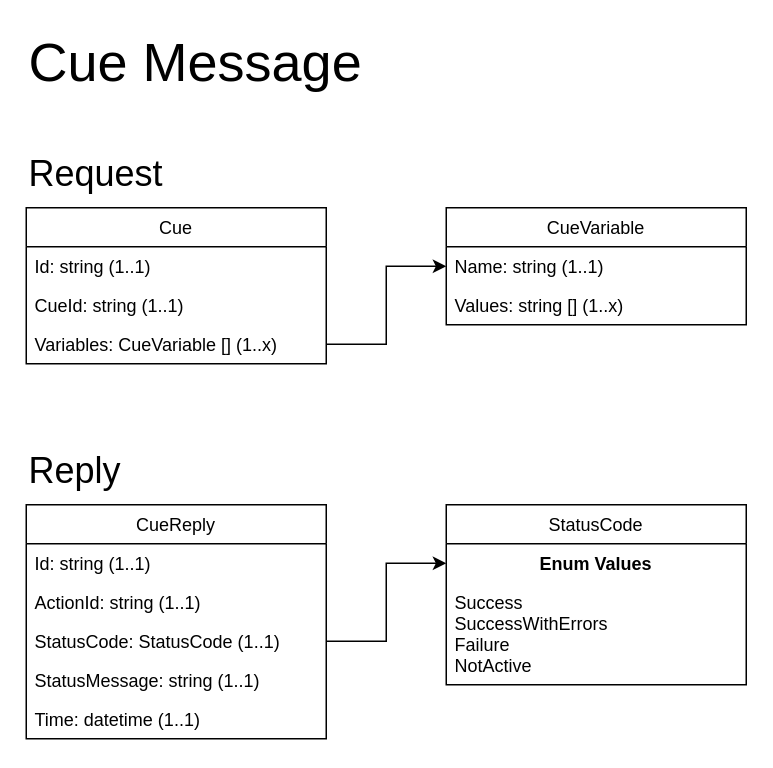
Earlier version of the draw.io diagram docs/resources/draw.io/ClassDiagram-CueMessage.drawio (SynapseProject/syntinel.docs). Source tidied: cells renumbered, new cells numbered last; positions are measured from the earlier drawing's top-left corner, leaving out a move shared by most shapes. Both pictures are drawn from the tidied source at 150%, with x=0, y=0 at pixel (26, 26).
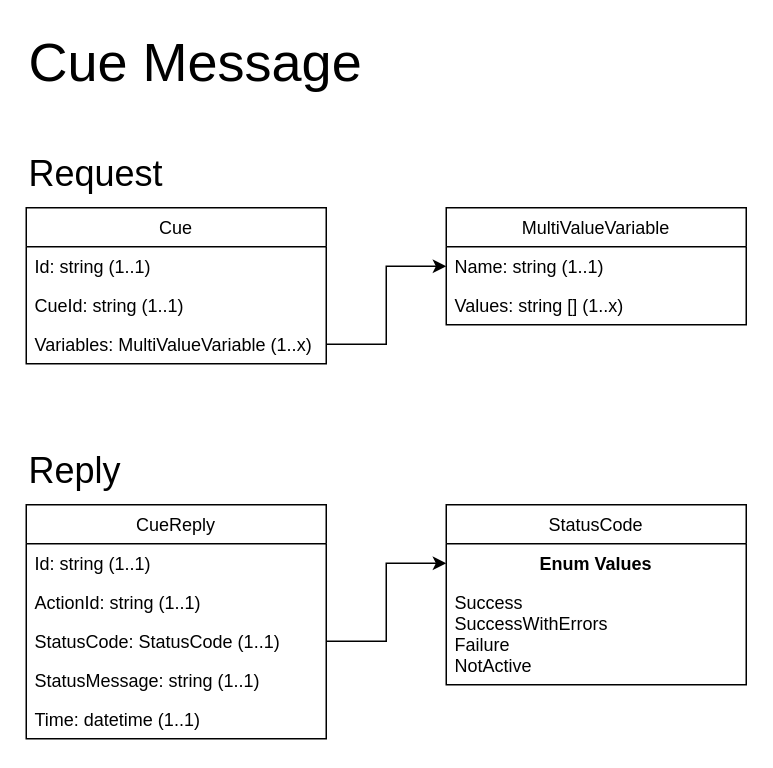
Above is the later version.

The change refers to these unchanged cells:
```xml
<mxCell id="2" value="Cue" style="swimlane;fontStyle=0;horizontal=1;startSize=26;fillColor=none;" parent="1" vertex="1">
  <mxGeometry y="121" width="200" height="104" as="geometry" />
</mxCell>
```

The edit, as a diff of the source:
```diff
@@
-    <mxCell id="5" value="Variables: CueVariable [] (1..x)&#10;&#10;" style="text;strokeColor=none;fillColor=none;align=left;verticalAlign=top;spacingLeft=4;spacingRight=4;overflow=hidden;points=[[0,0.5],[1,0.5]];portConstraint=eastwest;" parent="2" vertex="1">
+    <mxCell id="5" value="Variables: MultiValueVariable (1..x)&#10;&#10;" style="text;strokeColor=none;fillColor=none;align=left;verticalAlign=top;spacingLeft=4;spacingRight=4;overflow=hidden;points=[[0,0.5],[1,0.5]];portConstraint=eastwest;" parent="2" vertex="1">
       <mxGeometry y="78" width="200" height="26" as="geometry" />
     </mxCell>
-    <mxCell id="6" value="CueVariable" style="swimlane;fontStyle=0;horizontal=1;startSize=26;fillColor=none;" parent="1" vertex="1">
+    <mxCell id="6" value="MultiValueVariable" style="swimlane;fontStyle=0;horizontal=1;startSize=26;fillColor=none;" parent="1" vertex="1">
       <mxGeometry x="280" y="121" width="200" height="78" as="geometry" />
     </mxCell>
```
